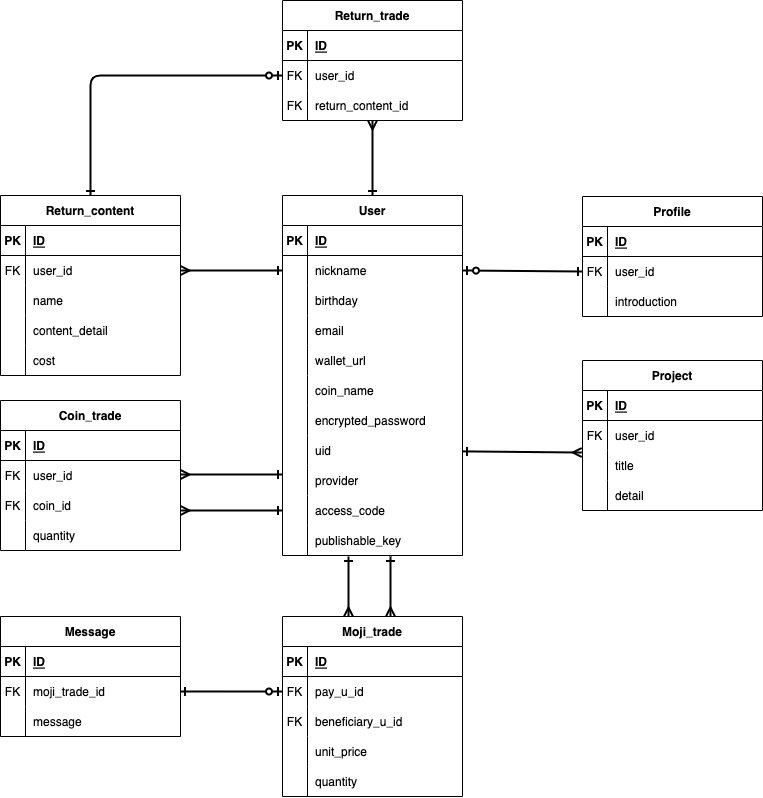
This is .drawio.png from KayKawa/moji-wallet, a draw.io export, as it was before one commit. Source tidied: cells renumbered, new cells last; positions are measured from the earlier drawing's top-left corner, leaving out a move shared by most shapes.
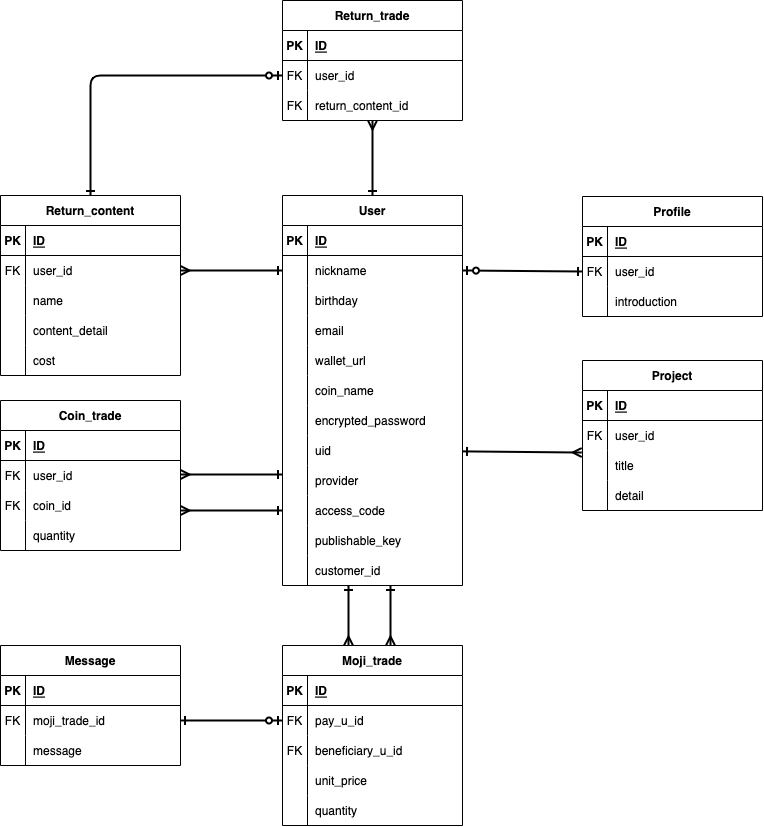
Above is the later version.

Commit message:
DB設計の変更

Change to the diagram source:
```diff
@@ -7,8 +7,8 @@
     </mxCell>
     <mxCell id="3" style="edgeStyle=none;html=1;entryX=0.5;entryY=0;entryDx=0;entryDy=0;endArrow=ERmany;endFill=0;startArrow=ERone;startFill=0;strokeWidth=2;" parent="1" edge="1">
       <mxGeometry relative="1" as="geometry">
-        <mxPoint x="348" y="556" as="sourcePoint" />
-        <mxPoint x="348" y="616" as="targetPoint" />
+        <mxPoint x="348" y="585" as="sourcePoint" />
+        <mxPoint x="348" y="645" as="targetPoint" />
       </mxGeometry>
     </mxCell>
     <mxCell id="4" style="edgeStyle=none;html=1;startArrow=ERone;startFill=0;endArrow=ERmany;endFill=0;strokeWidth=2;" parent="1" edge="1" source="5">
@@ -17,7 +17,7 @@
       </mxGeometry>
     </mxCell>
     <mxCell id="5" value="User" style="shape=table;startSize=30;rowLines=0;fontStyle=1;align=center;" parent="1" vertex="1">
-      <mxGeometry x="282" y="195" width="180" height="360" as="geometry" />
+      <mxGeometry x="282" y="195" width="180" height="390" as="geometry" />
     </mxCell>
     <mxCell id="6" style="shape=partialRectangle;fillColor=none;top=0;left=0;bottom=1;right=0;" parent="5" vertex="1">
       <mxGeometry y="30" width="180" height="30" as="geometry" />
@@ -118,6 +118,15 @@
     <mxCell id="38" value="publishable_key" style="shape=partialRectangle;fillColor=none;top=0;left=0;bottom=0;right=0;align=left;spacingLeft=6;overflow=hidden;" parent="36" vertex="1">
       <mxGeometry x="25" width="155" height="30" as="geometry" />
     </mxCell>
+    <mxCell id="134" style="shape=partialRectangle;fillColor=none;top=0;left=0;bottom=0;right=0;" parent="5" vertex="1">
+      <mxGeometry y="360" width="180" height="30" as="geometry" />
+    </mxCell>
+    <mxCell id="135" style="shape=partialRectangle;fillColor=none;top=0;left=0;bottom=0;right=0;overflow=hidden;" parent="134" vertex="1">
+      <mxGeometry width="25" height="30" as="geometry" />
+    </mxCell>
+    <mxCell id="136" value="customer_id" style="shape=partialRectangle;fillColor=none;top=0;left=0;bottom=0;right=0;align=left;spacingLeft=6;overflow=hidden;" parent="134" vertex="1">
+      <mxGeometry x="25" width="155" height="30" as="geometry" />
+    </mxCell>
     <mxCell id="39" value="Profile" style="shape=table;startSize=30;rowLines=0;fontStyle=1;align=center;" parent="1" vertex="1">
       <mxGeometry x="582" y="196" width="180" height="120" as="geometry" />
     </mxCell>
@@ -197,7 +206,7 @@
       <mxGeometry x="25" width="155" height="30" as="geometry" />
     </mxCell>
     <mxCell id="65" value="Moji_trade" style="shape=table;startSize=30;rowLines=0;fontStyle=1;align=center;" parent="1" vertex="1">
-      <mxGeometry x="282" y="616" width="180" height="180" as="geometry" />
+      <mxGeometry x="282" y="645" width="180" height="180" as="geometry" />
     </mxCell>
     <mxCell id="66" style="shape=partialRectangle;fillColor=none;top=0;left=0;bottom=1;right=0;" parent="65" vertex="1">
       <mxGeometry y="30" width="180" height="30" as="geometry" />
@@ -245,7 +254,7 @@
       <mxGeometry x="25" width="155" height="30" as="geometry" />
     </mxCell>
     <mxCell id="81" value="Message" style="shape=table;startSize=30;rowLines=0;fontStyle=1;align=center;" parent="1" vertex="1">
-      <mxGeometry y="616" width="180" height="120" as="geometry" />
+      <mxGeometry y="645" width="180" height="120" as="geometry" />
     </mxCell>
     <mxCell id="82" style="shape=partialRectangle;fillColor=none;top=0;left=0;bottom=1;right=0;" parent="81" vertex="1">
       <mxGeometry y="30" width="180" height="30" as="geometry" />
@@ -279,8 +288,8 @@
     </mxCell>
     <mxCell id="92" style="edgeStyle=none;html=1;entryX=0.5;entryY=0;entryDx=0;entryDy=0;endArrow=ERmany;endFill=0;startArrow=ERone;startFill=0;strokeWidth=2;" parent="1" edge="1">
       <mxGeometry relative="1" as="geometry">
-        <mxPoint x="390" y="556" as="sourcePoint" />
-        <mxPoint x="390" y="616" as="targetPoint" />
+        <mxPoint x="390" y="585" as="sourcePoint" />
+        <mxPoint x="390" y="645" as="targetPoint" />
       </mxGeometry>
     </mxCell>
     <mxCell id="93" value="Return_trade" style="shape=table;startSize=30;rowLines=0;fontStyle=1;align=center;" parent="1" vertex="1">
```
